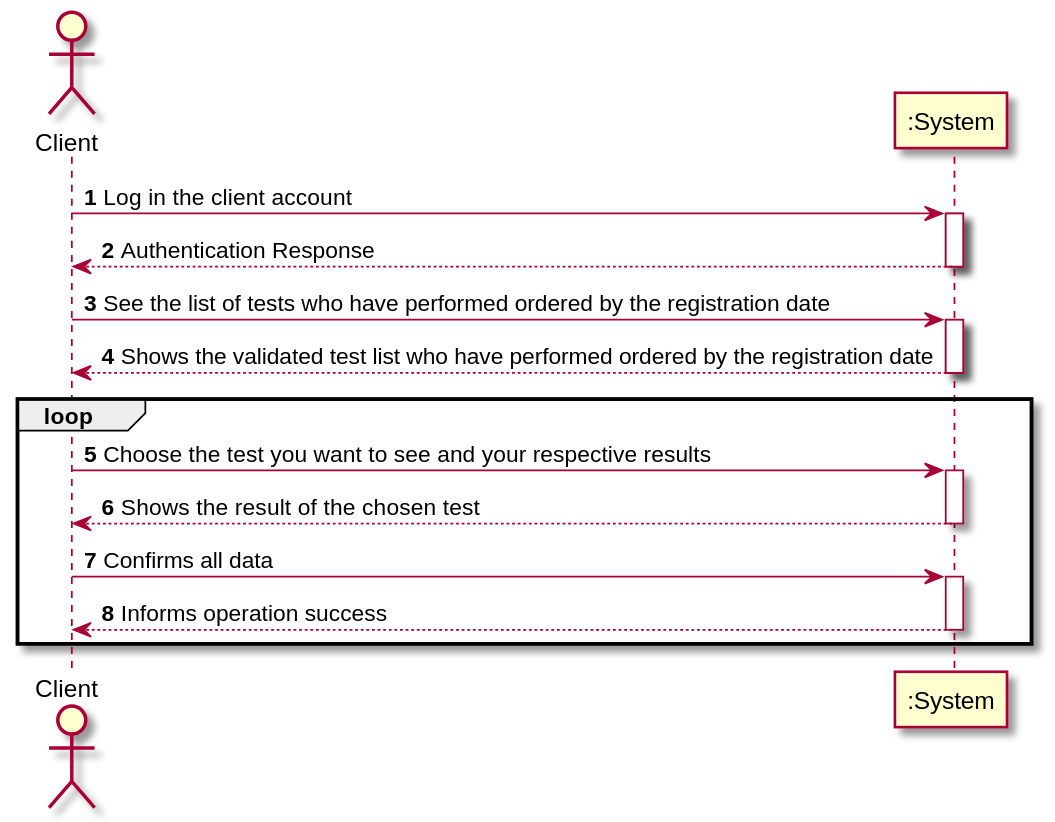
Earlier version of the PlantUML export docs/SprintD/US1/UC1_SSD.svg (GuilhermeCunha79/lapr2).
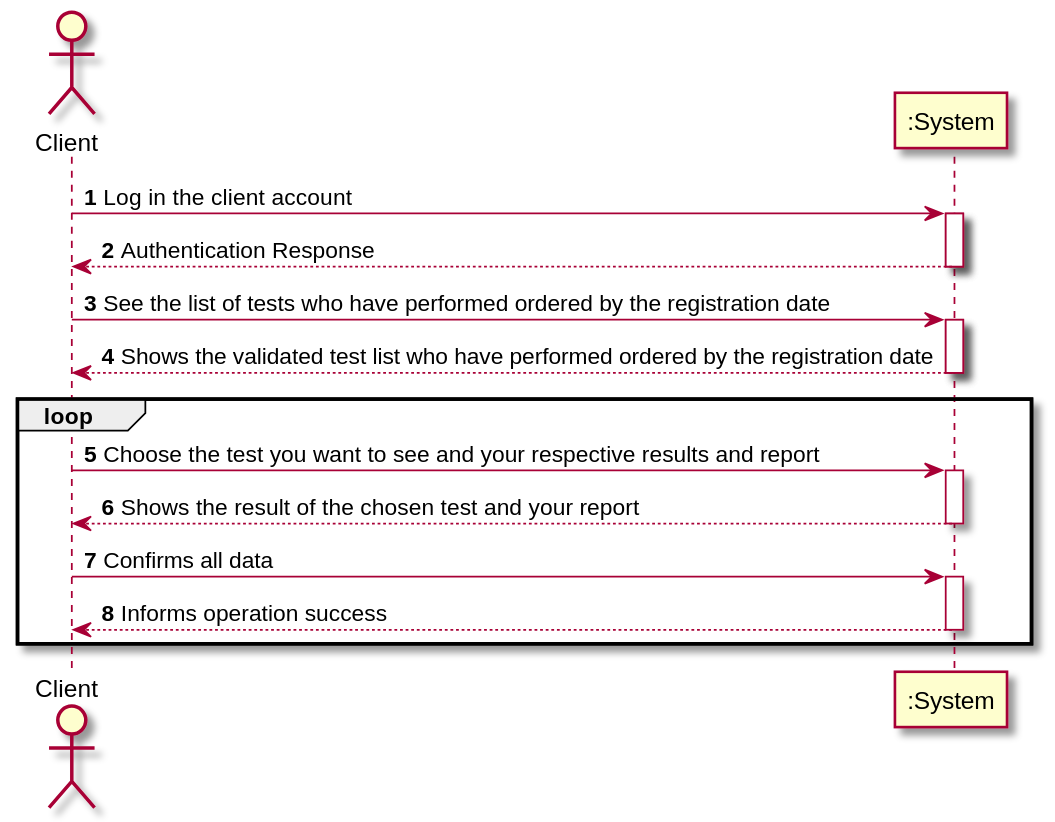
The same file after the commit.

Diff of the diagram source:
```diff
@@ -15,9 +15,9 @@
 SYSTEM --> CLIENT : Shows the validated test list who have performed ordered by the registration date
 deactivate SYSTEM
 loop
-CLIENT -> SYSTEM : Choose the test you want to see and your respective results
+CLIENT -> SYSTEM : Choose the test you want to see and your respective results and report
 activate SYSTEM
-SYSTEM --> CLIENT : Shows the result of the chosen test
+SYSTEM --> CLIENT : Shows the result of the chosen test and your report
 deactivate SYSTEM
 CLIENT -> SYSTEM : Confirms all data
 activate SYSTEM
```
